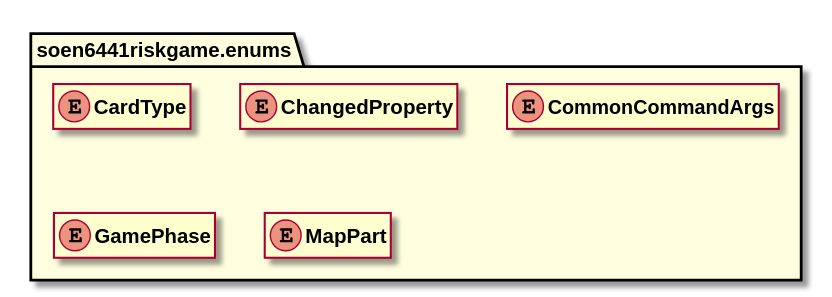
huntertran/soen6441-riskgame keeps this PlantUML diagram as docs/javadocs/soen6441riskgame/enums/package-summary.svg. Above is the earlier version.
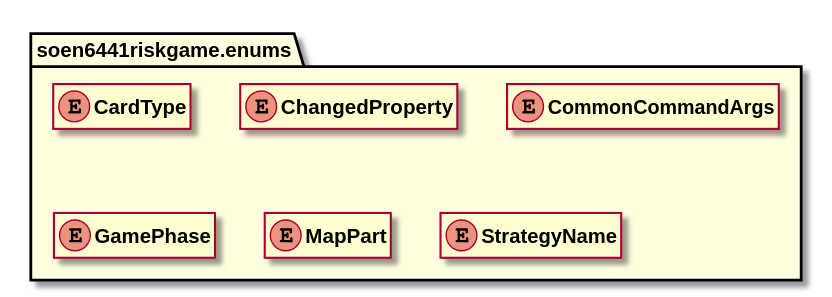
Later version of the same file.

Diff of the diagram source:
```diff
@@ -35,5 +35,11 @@
 hide soen6441riskgame.enums.MapPart fields
 hide soen6441riskgame.enums.MapPart methods
 
+enum "<b><size:14>StrategyName</b>" as soen6441riskgame.enums.StrategyName  [[../../soen6441riskgame/enums/StrategyName.html{soen6441riskgame.enums.StrategyName}]] {
+}
+
+hide soen6441riskgame.enums.StrategyName fields
+hide soen6441riskgame.enums.StrategyName methods
+
 
 @enduml
```
